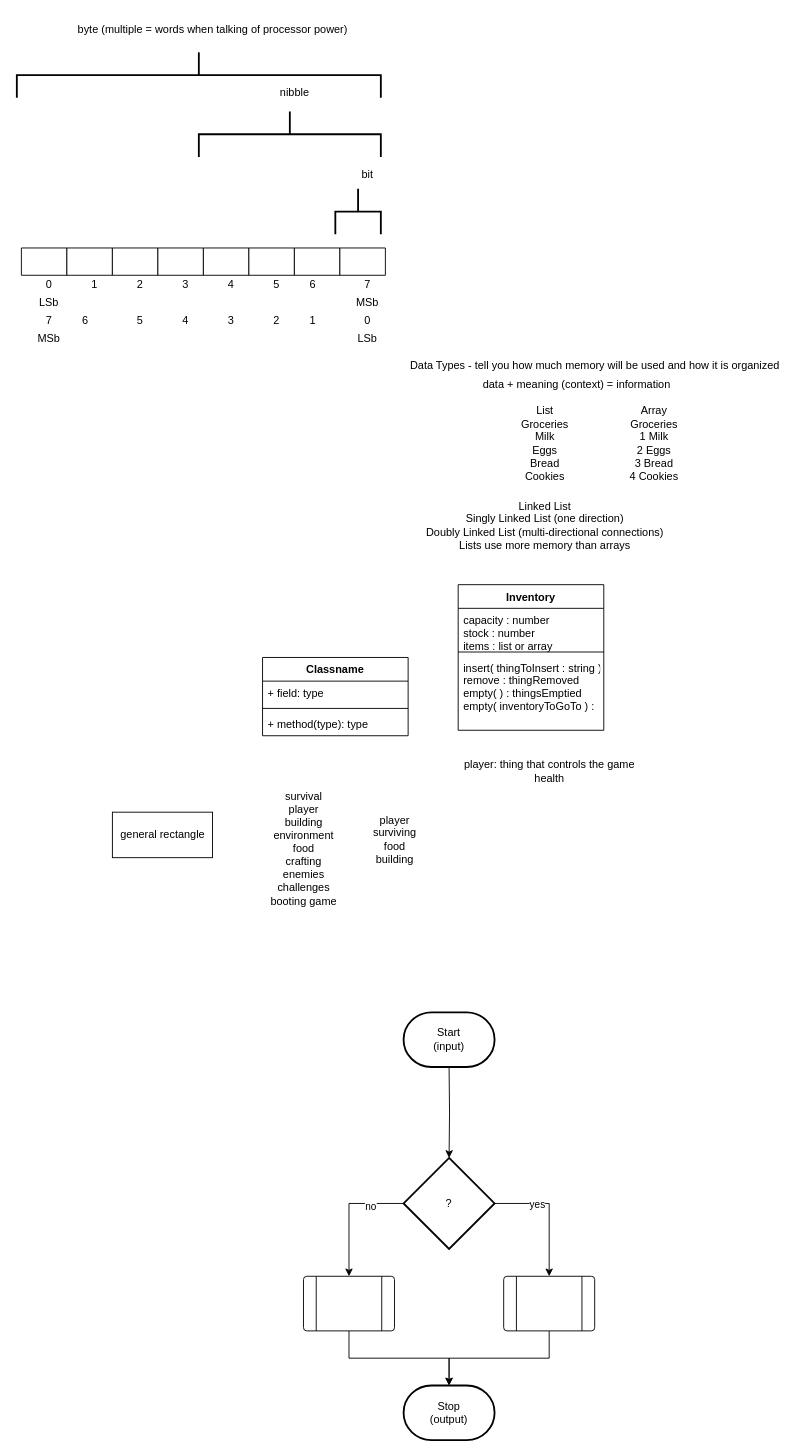
Before: Initial-General-Diagram.drawio in ericbible/cscs1240-playground, a draw.io diagram. Source tidied: cells renumbered, new cells numbered last; positions are measured from the earlier drawing's top-left corner, leaving out a move shared by most shapes. Both pictures are drawn from the tidied source at 91%, with x=0, y=0 at pixel (21, -107).
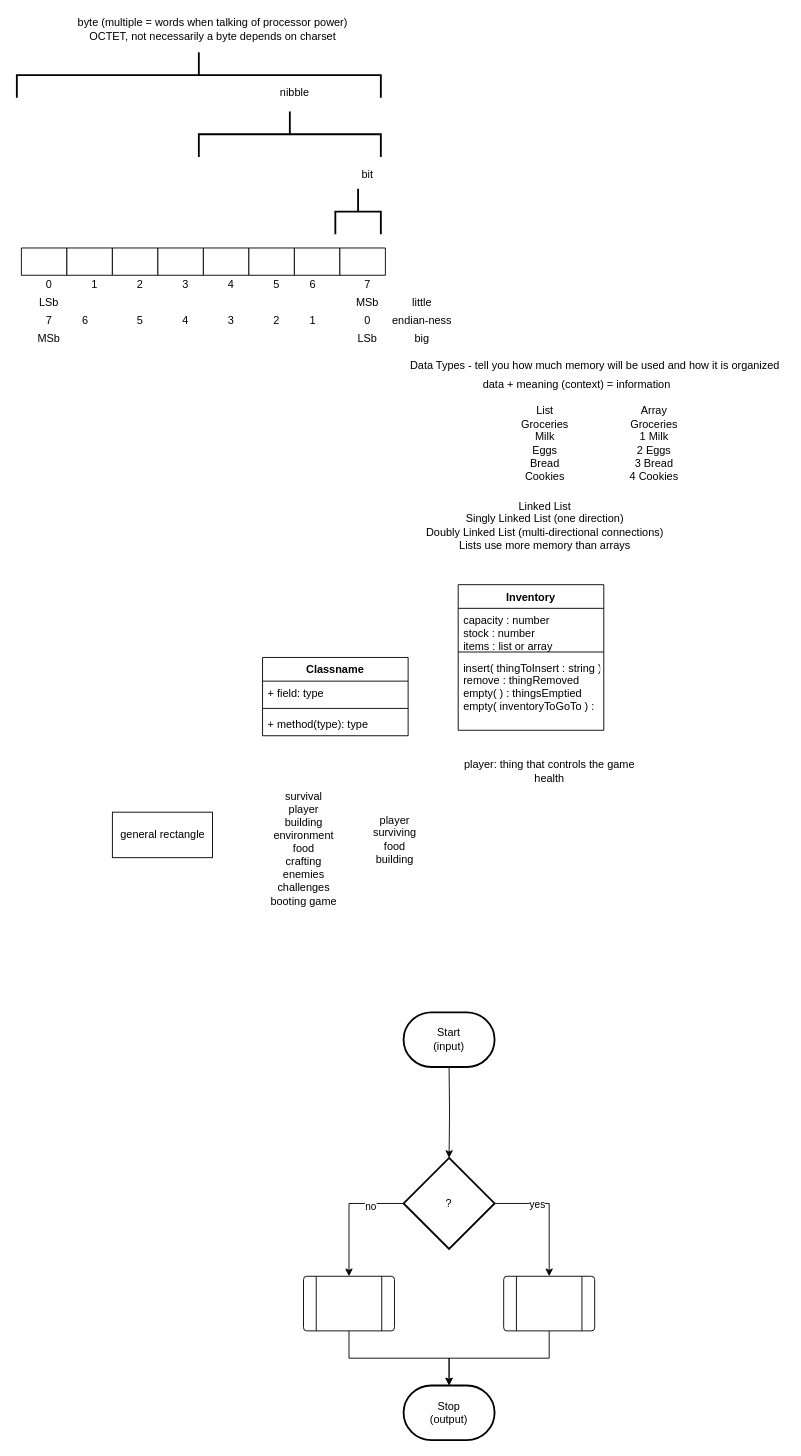
Above is the later version.

Commit message:
octet vs byte specification

Diff of the diagram source:
```diff
@@
-    <mxCell id="44" value="byte (multiple = words when talking of processor power)" style="text;html=1;align=center;verticalAlign=middle;" parent="1" vertex="1">
-      <mxGeometry x="55" y="140" width="310" height="20" as="geometry" />
+    <mxCell id="44" value="byte (multiple = words when talking of processor power)&lt;br&gt;OCTET, not necessarily a byte depends on charset" style="text;html=1;align=center;verticalAlign=middle;" parent="1" vertex="1">
+      <mxGeometry x="55" y="135" width="310" height="30" as="geometry" />
     </mxCell>
@@
+    <mxCell id="65" value="endian-ness" style="text;html=1;align=center;verticalAlign=middle;" parent="1" vertex="1">
+      <mxGeometry x="400" y="460" width="80" height="20" as="geometry" />
+    </mxCell>
+    <mxCell id="66" value="little" style="text;html=1;align=center;verticalAlign=middle;" parent="1" vertex="1">
+      <mxGeometry x="420" y="440" width="40" height="20" as="geometry" />
+    </mxCell>
+    <mxCell id="67" value="big" style="text;html=1;align=center;verticalAlign=middle;" parent="1" vertex="1">
+      <mxGeometry x="425" y="480" width="30" height="20" as="geometry" />
+    </mxCell>
```
